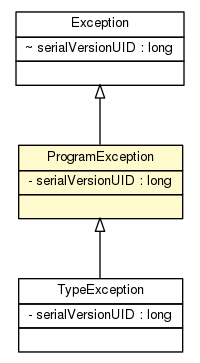
The Graphviz diagram doc/model/programs/ProgramException.png in sinopeus/asteroids, before a commit. Its source is kept beside it as doc/model/programs/ProgramException.dot.
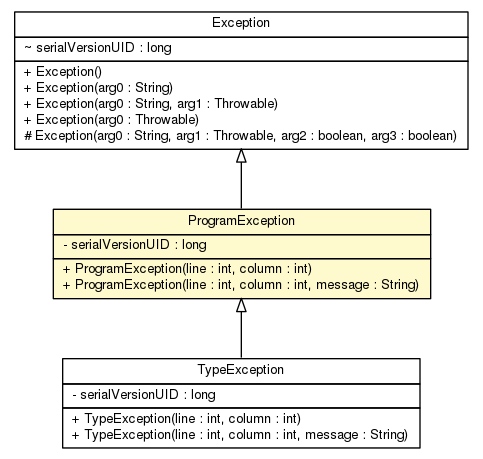
The same diagram one commit later.

The edit, as a diff of the source:
```diff
@@ -4,7 +4,7 @@
 	node [fontname="Helvetica",fontsize=10,shape=plaintext];
 	nodesep=0.25;
 	ranksep=0.5;
-	c13936 [label=<<table title="model.programs.TypeException" border="0" cellborder="1" cellspacing="0" cellpadding="2" port="p" href="./TypeException.html">
+	c13986 [label=<<table title="model.programs.TypeException" border="0" cellborder="1" cellspacing="0" cellpadding="2" port="p" href="./TypeException.html">
 		<tr><td><table border="0" cellspacing="0" cellpadding="1">
 <tr><td align="center" balign="center"> TypeException </td></tr>
 		</table></td></tr>
@@ -12,10 +12,11 @@
 <tr><td align="left" balign="left"> - serialVersionUID : long </td></tr>
 		</table></td></tr>
 		<tr><td><table border="0" cellspacing="0" cellpadding="1">
-<tr><td align="left" balign="left">  </td></tr>
+<tr><td align="left" balign="left"> + TypeException(line : int, column : int) </td></tr>
+<tr><td align="left" balign="left"> + TypeException(line : int, column : int, message : String) </td></tr>
 		</table></td></tr>
 		</table>>, URL="./TypeException.html", fontname="Helvetica", fontcolor="black", fontsize=10.0];
-	c13938 [label=<<table title="model.programs.ProgramException" border="0" cellborder="1" cellspacing="0" cellpadding="2" port="p" bgcolor="lemonChiffon" href="./ProgramException.html">
+	c13988 [label=<<table title="model.programs.ProgramException" border="0" cellborder="1" cellspacing="0" cellpadding="2" port="p" bgcolor="lemonChiffon" href="./ProgramException.html">
 		<tr><td><table border="0" cellspacing="0" cellpadding="1">
 <tr><td align="center" balign="center"> ProgramException </td></tr>
 		</table></td></tr>
@@ -23,12 +24,13 @@
 <tr><td align="left" balign="left"> - serialVersionUID : long </td></tr>
 		</table></td></tr>
 		<tr><td><table border="0" cellspacing="0" cellpadding="1">
-<tr><td align="left" balign="left">  </td></tr>
+<tr><td align="left" balign="left"> + ProgramException(line : int, column : int) </td></tr>
+<tr><td align="left" balign="left"> + ProgramException(line : int, column : int, message : String) </td></tr>
 		</table></td></tr>
 		</table>>, URL="./ProgramException.html", fontname="Helvetica", fontcolor="black", fontsize=10.0];
-	c13938:p -> c13936:p [dir=back,arrowtail=empty];
-	c14040:p -> c13938:p [dir=back,arrowtail=empty];
-	c14040 [label=<<table title="java.lang.Exception" border="0" cellborder="1" cellspacing="0" cellpadding="2" port="p" href="http://java.sun.com/j2se/1.4.2/docs/api/java/lang/Exception.html">
+	c13988:p -> c13986:p [dir=back,arrowtail=empty];
+	c14090:p -> c13988:p [dir=back,arrowtail=empty];
+	c14090 [label=<<table title="java.lang.Exception" border="0" cellborder="1" cellspacing="0" cellpadding="2" port="p" href="http://java.sun.com/j2se/1.4.2/docs/api/java/lang/Exception.html">
 		<tr><td><table border="0" cellspacing="0" cellpadding="1">
 <tr><td align="center" balign="center"> Exception </td></tr>
 		</table></td></tr>
@@ -36,7 +38,11 @@
 <tr><td align="left" balign="left"> ~ serialVersionUID : long </td></tr>
 		</table></td></tr>
 		<tr><td><table border="0" cellspacing="0" cellpadding="1">
-<tr><td align="left" balign="left">  </td></tr>
+<tr><td align="left" balign="left"> + Exception() </td></tr>
+<tr><td align="left" balign="left"> + Exception(arg0 : String) </td></tr>
+<tr><td align="left" balign="left"> + Exception(arg0 : String, arg1 : Throwable) </td></tr>
+<tr><td align="left" balign="left"> + Exception(arg0 : Throwable) </td></tr>
+<tr><td align="left" balign="left"> # Exception(arg0 : String, arg1 : Throwable, arg2 : boolean, arg3 : boolean) </td></tr>
 		</table></td></tr>
 		</table>>, URL="http://java.sun.com/j2se/1.4.2/docs/api/java/lang/Exception.html", fontname="Helvetica", fontcolor="black", fontsize=10.0];
 }
```
